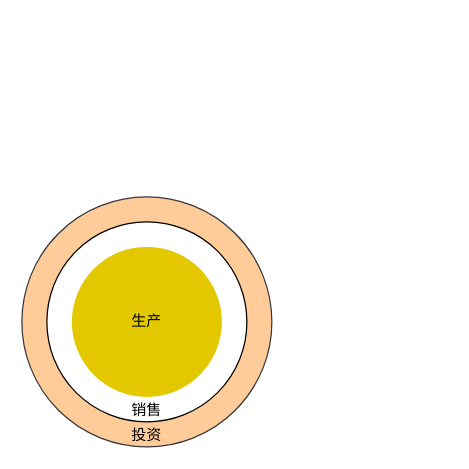
Earlier version of the draw.io diagram 熟鸡蛋财富结构.drawio (yanhanfrontend/draw.io.workspace). Source tidied: cells renumbered, new cells numbered last; positions are measured from the earlier drawing's top-left corner, leaving out a move shared by most shapes. Both pictures are drawn from the tidied source at 125%, with x=0, y=0 at pixel (21, 196).
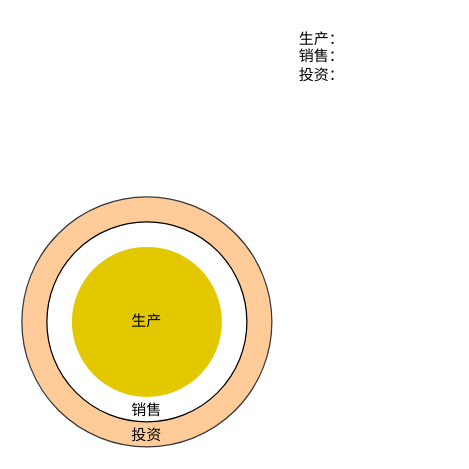
Above is the later version.

Commit message (it also covers changes not shown here):
更新熟鸡蛋财富结构.drawio

Change to the diagram source:
```diff
@@
 <mxGraphModel>
   <root>
     <mxCell id="0" />
     <mxCell id="1" parent="0" />
     <mxCell id="2" value="投资" style="ellipse;whiteSpace=wrap;html=1;fillColor=#ffcc99;strokeColor=#36393d;verticalAlign=bottom;" parent="1" vertex="1">
       <mxGeometry width="200" height="200" as="geometry" />
     </mxCell>
     <mxCell id="3" value="销售" style="ellipse;whiteSpace=wrap;html=1;strokeColor=default;verticalAlign=bottom;" parent="1" vertex="1">
       <mxGeometry x="20" y="20" width="160" height="160" as="geometry" />
     </mxCell>
     <mxCell id="4" value="生产" style="ellipse;whiteSpace=wrap;html=1;fillColor=#e3c800;strokeColor=none;gradientDirection=radial;fontColor=#000000;" parent="1" vertex="1">
       <mxGeometry x="40" y="40" width="120" height="120" as="geometry" />
     </mxCell>
+    <mxCell id="5" value="生产：&lt;div&gt;销售：&lt;/div&gt;&lt;div style=&quot;&quot;&gt;投资：&lt;/div&gt;" style="text;html=1;align=left;verticalAlign=top;whiteSpace=wrap;rounded=0;" parent="1" vertex="1">
+      <mxGeometry x="220" y="-140" width="120" height="120" as="geometry" />
+    </mxCell>
   </root>
 </mxGraphModel>
```
